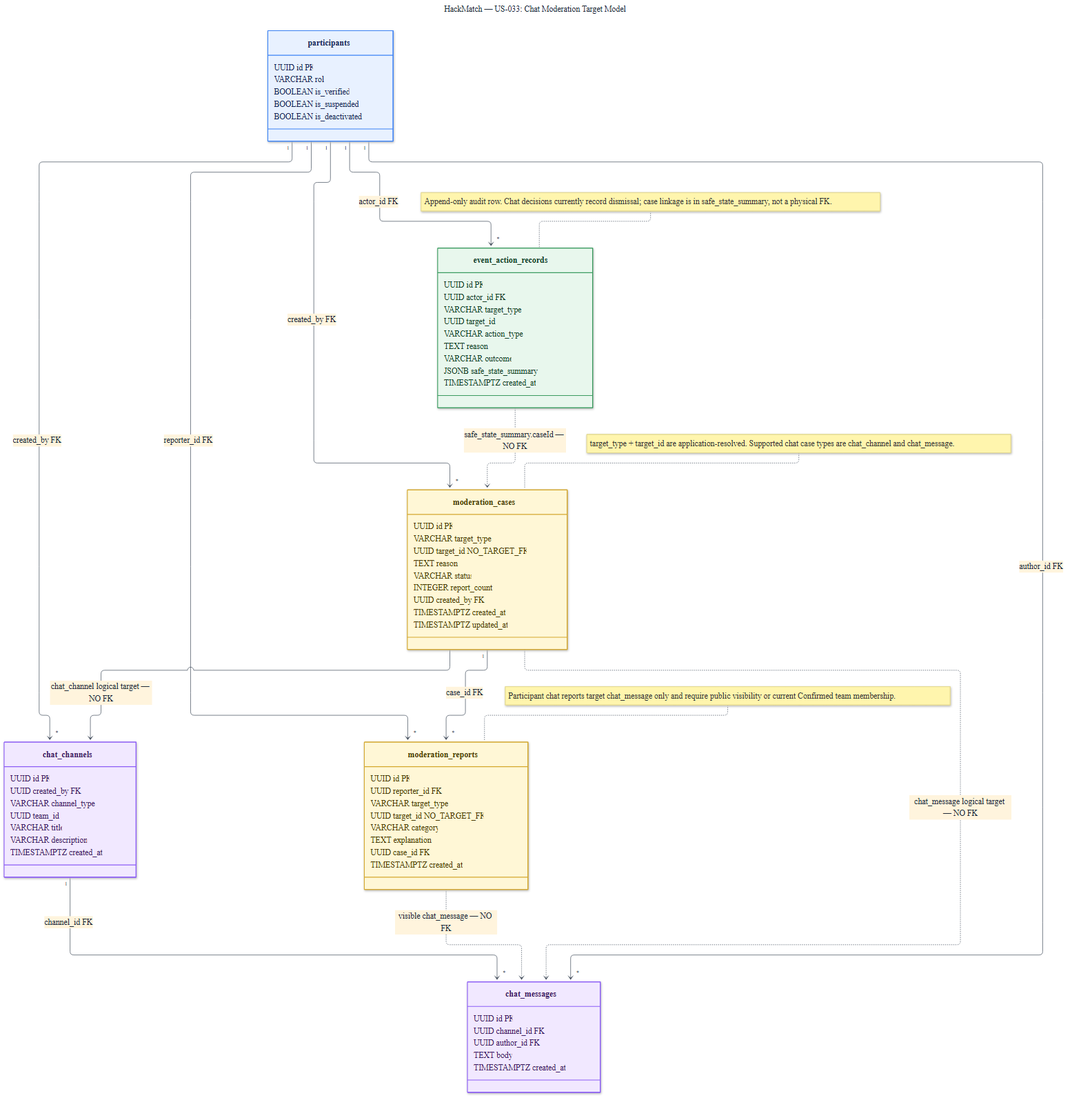
The Mermaid diagram docs/diagrams/US-033/US-033-moderation-target-model.png in comp313-g1/HackMatch, before a commit. Its source is kept beside it as docs/diagrams/US-033/US-033-moderation-target-model.mmd. Source of this version:
```mermaid
---
title: "HackMatch — US-033: Chat Moderation Target Model"
---
%%{init: {"theme":"base","themeVariables":{"background":"#ffffff","primaryTextColor":"#1f2937","lineColor":"#4b5563","fontFamily":"Arial, sans-serif"},"class":{"useMaxWidth":true}}}%%
classDiagram
    direction TB

    class participants {
        UUID id PK
        VARCHAR role
        BOOLEAN is_verified
        BOOLEAN is_suspended
        BOOLEAN is_deactivated
    }

    class moderation_cases {
        UUID id PK
        VARCHAR target_type
        UUID target_id NO_TARGET_FK
        TEXT reason
        VARCHAR status
        INTEGER report_count
        UUID created_by FK
        TIMESTAMPTZ created_at
        TIMESTAMPTZ updated_at
    }

    class moderation_reports {
        UUID id PK
        UUID reporter_id FK
        VARCHAR target_type
        UUID target_id NO_TARGET_FK
        VARCHAR category
        TEXT explanation
        UUID case_id FK
        TIMESTAMPTZ created_at
    }

    class event_action_records {
        UUID id PK
        UUID actor_id FK
        VARCHAR target_type
        UUID target_id
        VARCHAR action_type
        TEXT reason
        VARCHAR outcome
        JSONB safe_state_summary
        TIMESTAMPTZ created_at
    }

    class chat_channels {
        UUID id PK
        UUID created_by FK
        VARCHAR channel_type
        UUID team_id
        VARCHAR title
        VARCHAR description
        TIMESTAMPTZ created_at
    }

    class chat_messages {
        UUID id PK
        UUID channel_id FK
        UUID author_id FK
        TEXT body
        TIMESTAMPTZ created_at
    }

    participants "1" --> "*" moderation_cases : created_by FK
    participants "1" --> "*" moderation_reports : reporter_id FK
    participants "1" --> "*" event_action_records : actor_id FK
    participants "1" --> "*" chat_channels : created_by FK
    participants "1" --> "*" chat_messages : author_id FK
    moderation_cases "1" --> "*" moderation_reports : case_id FK
    chat_channels "1" --> "*" chat_messages : channel_id FK

    moderation_cases ..> chat_channels : chat_channel logical target — NO FK
    moderation_cases ..> chat_messages : chat_message logical target — NO FK
    moderation_reports ..> chat_messages : visible chat_message — NO FK
    event_action_records ..> moderation_cases : safe_state_summary.caseId — NO FK

    note for moderation_cases "target_type + target_id are application-resolved. Supported chat case types are chat_channel and chat_message."
    note for moderation_reports "Participant chat reports target chat_message only and require public visibility or current Confirmed team membership."
    note for event_action_records "Append-only audit row. Chat decisions currently record dismissal; case linkage is in safe_state_summary, not a physical FK."

    style participants fill:#e8f1ff,stroke:#3b82f6,color:#172554,stroke-width:1.5px
    style moderation_cases fill:#fff7d6,stroke:#d4a72c,color:#4a3b00,stroke-width:1.5px
    style moderation_reports fill:#fff7d6,stroke:#d4a72c,color:#4a3b00,stroke-width:1.5px
    style chat_channels fill:#f1e8ff,stroke:#8b5cf6,color:#3b1d64,stroke-width:1.5px
    style chat_messages fill:#f1e8ff,stroke:#8b5cf6,color:#3b1d64,stroke-width:1.5px
    style event_action_records fill:#e8f7ed,stroke:#3a9b5f,color:#123d24,stroke-width:1.5px
```
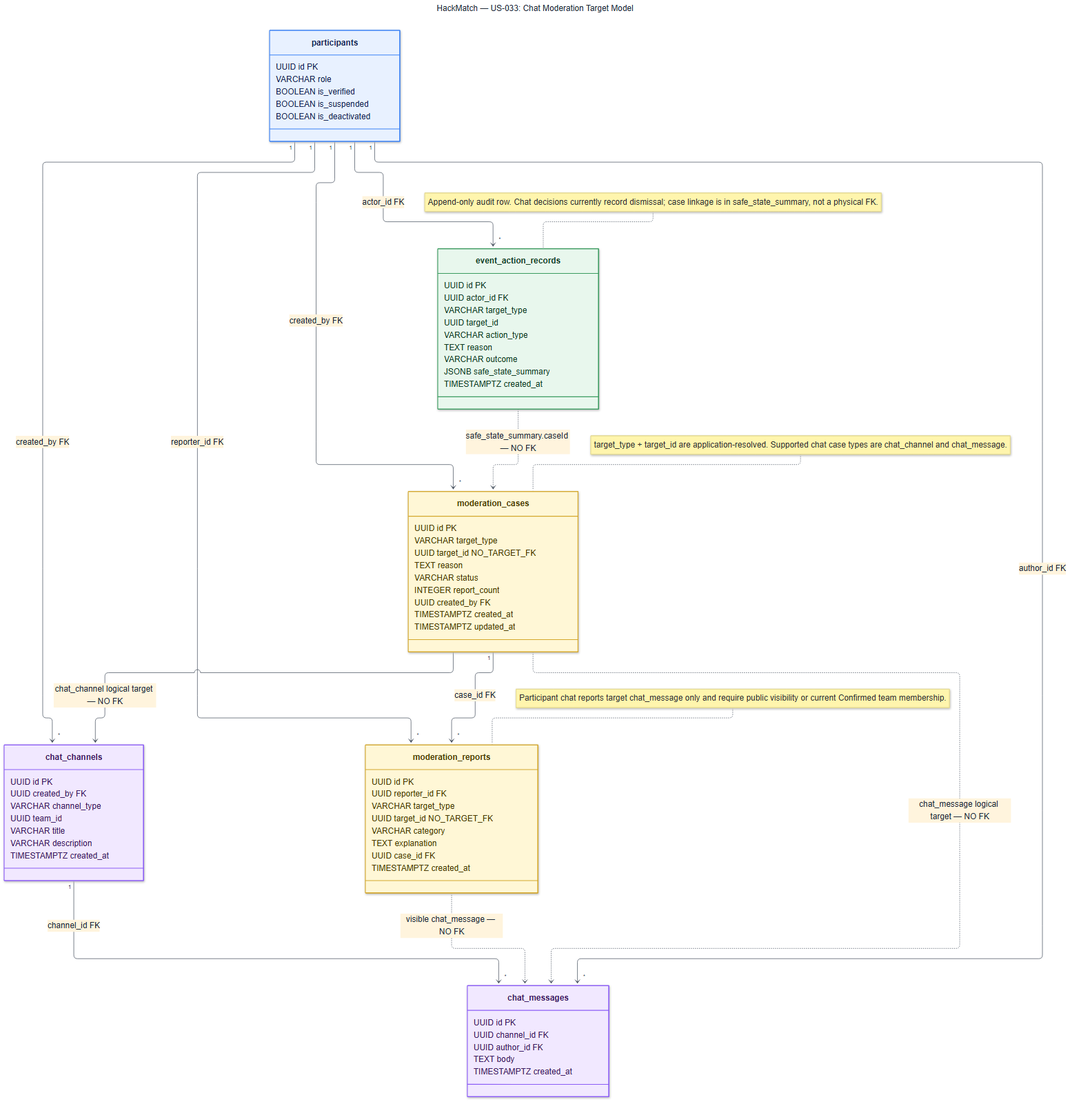
Above is the later version.

The edit, as a diff of the source:
```diff
@@ -1,7 +1,7 @@
 ---
 title: "HackMatch — US-033: Chat Moderation Target Model"
 ---
-%%{init: {"theme":"base","themeVariables":{"background":"#ffffff","primaryTextColor":"#1f2937","lineColor":"#4b5563","fontFamily":"Arial, sans-serif"},"class":{"useMaxWidth":true}}}%%
+%%{init: {"theme":"base","themeVariables":{"background":"#ffffff","primaryTextColor":"#1f2937","lineColor":"#4b5563","fontFamily":"Arial"},"class":{"useMaxWidth":true}}}%%
 classDiagram
     direction TB
 
```
